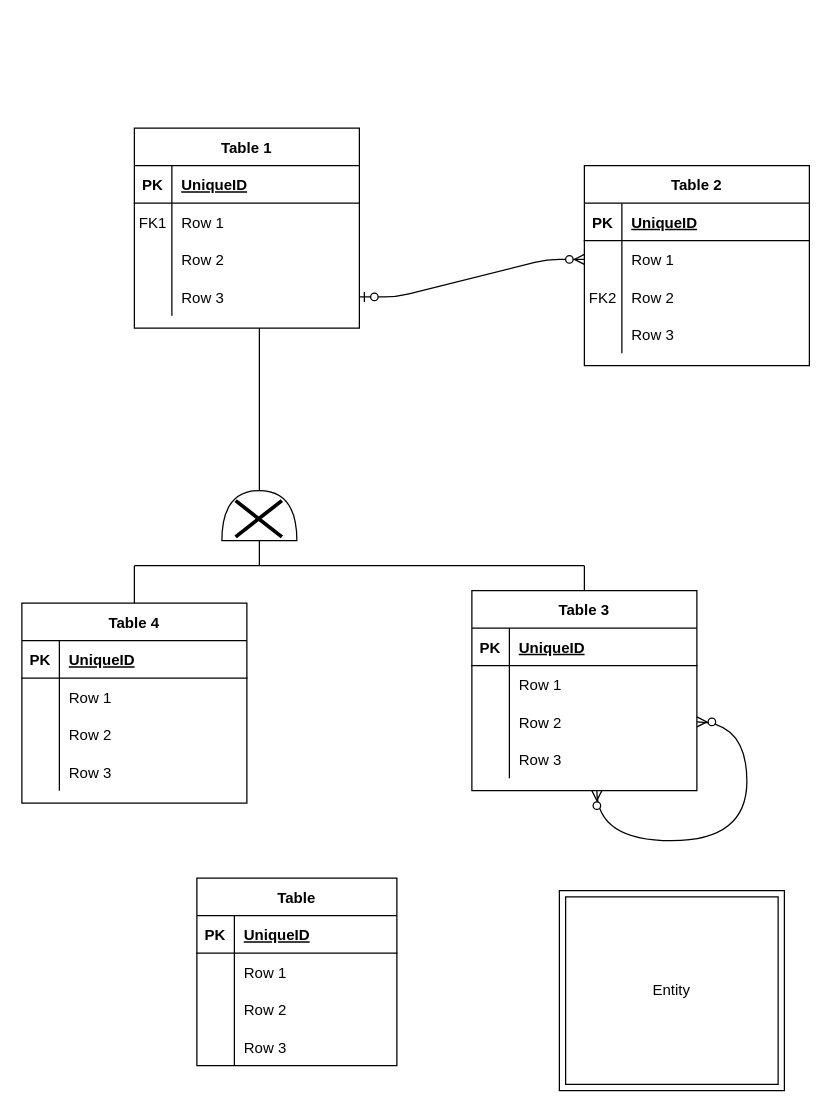
The draw.io diagram EERD_Bsp.drawio in TobiasMusiol/DB2_SoSem21, before the edit. Source tidied: cells renumbered, new cells numbered last; positions are measured from the earlier drawing's top-left corner, leaving out a move shared by most shapes. Both pictures are drawn from the tidied source at 125%, with x=0, y=0 at pixel (21, 128).
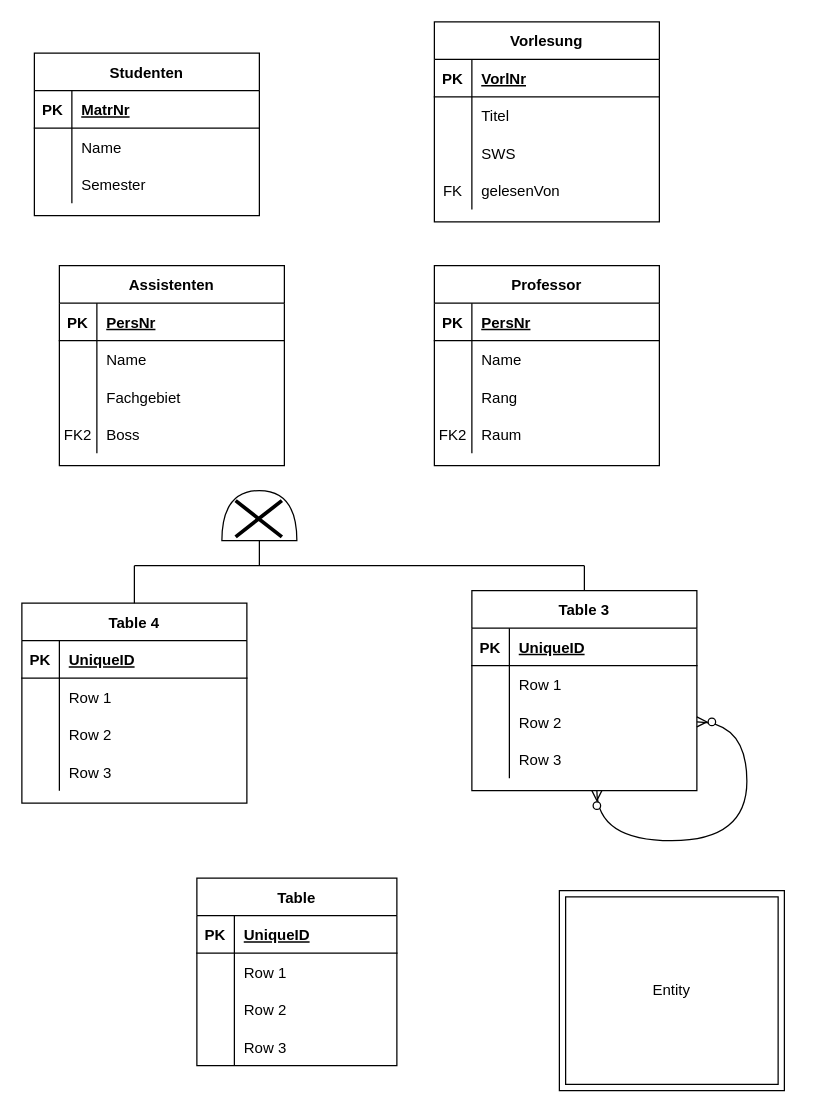
After the change.

Unchanged cells that the change refers to:
```xml
<mxCell id="4" style="shape=partialRectangle;fillColor=none;top=0;left=0;bottom=1;right=0;" parent="3" vertex="1">
  <mxGeometry y="30" width="180" height="30" as="geometry" />
</mxCell>
<mxCell id="7" style="shape=partialRectangle;fillColor=none;top=0;left=0;bottom=0;right=0;" parent="3" vertex="1">
  <mxGeometry y="60" width="180" height="30" as="geometry" />
</mxCell>
<mxCell id="10" style="shape=partialRectangle;fillColor=none;top=0;left=0;bottom=0;right=0;" parent="3" vertex="1">
  <mxGeometry y="90" width="180" height="30" as="geometry" />
</mxCell>
<mxCell id="17" style="shape=partialRectangle;fillColor=none;top=0;left=0;bottom=1;right=0;" parent="16" vertex="1">
  <mxGeometry y="30" width="180" height="30" as="geometry" />
</mxCell>
<mxCell id="20" style="shape=partialRectangle;fillColor=none;top=0;left=0;bottom=0;right=0;points=[[0,0.5],[1,0.5]];portConstraint=eastwest;" parent="16" vertex="1">
  <mxGeometry y="60" width="180" height="30" as="geometry" />
</mxCell>
<mxCell id="23" style="shape=partialRectangle;fillColor=none;top=0;left=0;bottom=0;right=0;" parent="16" vertex="1">
  <mxGeometry y="90" width="180" height="30" as="geometry" />
</mxCell>
<mxCell id="26" style="shape=partialRectangle;fillColor=none;top=0;left=0;bottom=0;right=0;" parent="16" vertex="1">
  <mxGeometry y="120" width="180" height="30" as="geometry" />
</mxCell>
<mxCell id="30" style="shape=or;whiteSpace=wrap;html=1;rotation=-90;" parent="1" vertex="1">
  <mxGeometry x="170" y="280" width="40" height="60" as="geometry" />
</mxCell>
```

The edit, as a diff of the source:
```diff
@@
-    <mxCell id="3" value="Table 1" style="shape=table;startSize=30;childLayout=tableLayout;rowLines=0;fontStyle=1;align=center;" parent="1" vertex="1">
-      <mxGeometry x="90" width="180" height="160" as="geometry" />
+    <mxCell id="3" value="Studenten" style="shape=table;startSize=30;childLayout=tableLayout;rowLines=0;fontStyle=1;align=center;" parent="1" vertex="1">
+      <mxGeometry x="10" y="-60" width="180" height="130" as="geometry" />
     </mxCell>
@@
-    <mxCell id="6" value="UniqueID" style="shape=partialRectangle;fillColor=none;top=0;left=0;bottom=0;right=0;align=left;spacingLeft=6;fontStyle=5;overflow=hidden;" parent="4" vertex="1">
+    <mxCell id="6" value="MatrNr" style="shape=partialRectangle;fillColor=none;top=0;left=0;bottom=0;right=0;align=left;spacingLeft=6;fontStyle=5;overflow=hidden;" parent="4" vertex="1">
       <mxGeometry x="30" width="150" height="30" as="geometry" />
     </mxCell>
@@
-    <mxCell id="8" value="FK1" style="shape=partialRectangle;fillColor=none;top=0;left=0;bottom=0;right=0;overflow=hidden;" parent="7" vertex="1">
+    <mxCell id="8" style="shape=partialRectangle;fillColor=none;top=0;left=0;bottom=0;right=0;overflow=hidden;" parent="7" vertex="1">
       <mxGeometry width="30" height="30" as="geometry" />
     </mxCell>
-    <mxCell id="9" value="Row 1" style="shape=partialRectangle;fillColor=none;top=0;left=0;bottom=0;right=0;align=left;spacingLeft=6;overflow=hidden;" parent="7" vertex="1">
+    <mxCell id="9" value="Name" style="shape=partialRectangle;fillColor=none;top=0;left=0;bottom=0;right=0;align=left;spacingLeft=6;overflow=hidden;" parent="7" vertex="1">
       <mxGeometry x="30" width="150" height="30" as="geometry" />
     </mxCell>
@@
-    <mxCell id="12" value="Row 2" style="shape=partialRectangle;fillColor=none;top=0;left=0;bottom=0;right=0;align=left;spacingLeft=6;overflow=hidden;" parent="10" vertex="1">
+    <mxCell id="12" value="Semester" style="shape=partialRectangle;fillColor=none;top=0;left=0;bottom=0;right=0;align=left;spacingLeft=6;overflow=hidden;" parent="10" vertex="1">
       <mxGeometry x="30" width="150" height="30" as="geometry" />
     </mxCell>
-    <mxCell id="13" style="shape=partialRectangle;fillColor=none;top=0;left=0;bottom=0;right=0;points=[[0,0.5],[1,0.5]];portConstraint=eastwest;" parent="3" vertex="1">
-      <mxGeometry y="120" width="180" height="30" as="geometry" />
-    </mxCell>
-    <mxCell id="14" style="shape=partialRectangle;fillColor=none;top=0;left=0;bottom=0;right=0;overflow=hidden;" parent="13" vertex="1">
-      <mxGeometry width="30" height="30" as="geometry" />
-    </mxCell>
-    <mxCell id="15" value="Row 3" style="shape=partialRectangle;fillColor=none;top=0;left=0;bottom=0;right=0;align=left;spacingLeft=6;overflow=hidden;" parent="13" vertex="1">
-      <mxGeometry x="30" width="150" height="30" as="geometry" />
-    </mxCell>
-    <mxCell id="16" value="Table 2" style="shape=table;startSize=30;childLayout=tableLayout;rowLines=0;fontStyle=1;align=center;" parent="1" vertex="1">
-      <mxGeometry x="450" y="30" width="180" height="160" as="geometry" />
+    <mxCell id="16" value="Vorlesung" style="shape=table;startSize=30;childLayout=tableLayout;rowLines=0;fontStyle=1;align=center;" parent="1" vertex="1">
+      <mxGeometry x="330" y="-85" width="180" height="160" as="geometry" />
     </mxCell>
@@
-    <mxCell id="19" value="UniqueID" style="shape=partialRectangle;fillColor=none;top=0;left=0;bottom=0;right=0;align=left;spacingLeft=6;fontStyle=5;overflow=hidden;" parent="17" vertex="1">
+    <mxCell id="19" value="VorlNr" style="shape=partialRectangle;fillColor=none;top=0;left=0;bottom=0;right=0;align=left;spacingLeft=6;fontStyle=5;overflow=hidden;" parent="17" vertex="1">
       <mxGeometry x="30" width="150" height="30" as="geometry" />
     </mxCell>
@@
-    <mxCell id="22" value="Row 1" style="shape=partialRectangle;fillColor=none;top=0;left=0;bottom=0;right=0;align=left;spacingLeft=6;overflow=hidden;" parent="20" vertex="1">
+    <mxCell id="22" value="Titel" style="shape=partialRectangle;fillColor=none;top=0;left=0;bottom=0;right=0;align=left;spacingLeft=6;overflow=hidden;" parent="20" vertex="1">
       <mxGeometry x="30" width="150" height="30" as="geometry" />
     </mxCell>
@@
-    <mxCell id="24" value="FK2" style="shape=partialRectangle;fillColor=none;top=0;left=0;bottom=0;right=0;overflow=hidden;" parent="23" vertex="1">
+    <mxCell id="24" style="shape=partialRectangle;fillColor=none;top=0;left=0;bottom=0;right=0;overflow=hidden;" parent="23" vertex="1">
       <mxGeometry width="30" height="30" as="geometry" />
     </mxCell>
-    <mxCell id="25" value="Row 2" style="shape=partialRectangle;fillColor=none;top=0;left=0;bottom=0;right=0;align=left;spacingLeft=6;overflow=hidden;" parent="23" vertex="1">
+    <mxCell id="25" value="SWS" style="shape=partialRectangle;fillColor=none;top=0;left=0;bottom=0;right=0;align=left;spacingLeft=6;overflow=hidden;" parent="23" vertex="1">
       <mxGeometry x="30" width="150" height="30" as="geometry" />
     </mxCell>
@@
-    <mxCell id="27" style="shape=partialRectangle;fillColor=none;top=0;left=0;bottom=0;right=0;overflow=hidden;" parent="26" vertex="1">
+    <mxCell id="27" value="FK" style="shape=partialRectangle;fillColor=none;top=0;left=0;bottom=0;right=0;overflow=hidden;" parent="26" vertex="1">
       <mxGeometry width="30" height="30" as="geometry" />
     </mxCell>
-    <mxCell id="28" value="Row 3" style="shape=partialRectangle;fillColor=none;top=0;left=0;bottom=0;right=0;align=left;spacingLeft=6;overflow=hidden;" parent="26" vertex="1">
+    <mxCell id="28" value="gelesenVon" style="shape=partialRectangle;fillColor=none;top=0;left=0;bottom=0;right=0;align=left;spacingLeft=6;overflow=hidden;" parent="26" vertex="1">
       <mxGeometry x="30" width="150" height="30" as="geometry" />
     </mxCell>
-    <mxCell id="29" style="edgeStyle=entityRelationEdgeStyle;fontSize=12;html=1;endArrow=ERzeroToMany;startArrow=ERzeroToOne;exitX=1;exitY=0.5;exitDx=0;exitDy=0;entryX=0;entryY=0.5;entryDx=0;entryDy=0;" parent="1" edge="1" source="13" target="20">
-      <mxGeometry relative="1" as="geometry" />
-    </mxCell>
@@
-    <mxCell id="46" style="endArrow=none;html=1;rounded=0;entryX=1;entryY=0.5;entryDx=0;entryDy=0;entryPerimeter=0;" parent="1" edge="1" target="30">
-      <mxGeometry relative="1" as="geometry">
-        <mxPoint x="190" y="160" as="sourcePoint" />
-      </mxGeometry>
-    </mxCell>
@@
+    <mxCell id="77" value="Assistenten" style="shape=table;startSize=30;childLayout=tableLayout;rowLines=0;fontStyle=1;align=center;" parent="1" vertex="1">
+      <mxGeometry x="30" y="110" width="180" height="160" as="geometry" />
+    </mxCell>
+    <mxCell id="78" style="shape=partialRectangle;fillColor=none;top=0;left=0;bottom=1;right=0;" parent="77" vertex="1">
+      <mxGeometry y="30" width="180" height="30" as="geometry" />
+    </mxCell>
+    <mxCell id="79" value="PK" style="shape=partialRectangle;fillColor=none;top=0;left=0;bottom=0;right=0;fontStyle=1;overflow=hidden;" parent="78" vertex="1">
+      <mxGeometry width="30" height="30" as="geometry" />
+    </mxCell>
+    <mxCell id="80" value="PersNr" style="shape=partialRectangle;fillColor=none;top=0;left=0;bottom=0;right=0;align=left;spacingLeft=6;fontStyle=5;overflow=hidden;" parent="78" vertex="1">
+      <mxGeometry x="30" width="150" height="30" as="geometry" />
+    </mxCell>
+    <mxCell id="81" style="shape=partialRectangle;fillColor=none;top=0;left=0;bottom=0;right=0;" parent="77" vertex="1">
+      <mxGeometry y="60" width="180" height="30" as="geometry" />
+    </mxCell>
+    <mxCell id="82" style="shape=partialRectangle;fillColor=none;top=0;left=0;bottom=0;right=0;overflow=hidden;" parent="81" vertex="1">
+      <mxGeometry width="30" height="30" as="geometry" />
+    </mxCell>
+    <mxCell id="83" value="Name" style="shape=partialRectangle;fillColor=none;top=0;left=0;bottom=0;right=0;align=left;spacingLeft=6;overflow=hidden;" parent="81" vertex="1">
+      <mxGeometry x="30" width="150" height="30" as="geometry" />
+    </mxCell>
+    <mxCell id="84" style="shape=partialRectangle;fillColor=none;top=0;left=0;bottom=0;right=0;" parent="77" vertex="1">
+      <mxGeometry y="90" width="180" height="30" as="geometry" />
+    </mxCell>
+    <mxCell id="85" style="shape=partialRectangle;fillColor=none;top=0;left=0;bottom=0;right=0;overflow=hidden;" parent="84" vertex="1">
+      <mxGeometry width="30" height="30" as="geometry" />
+    </mxCell>
+    <mxCell id="86" value="Fachgebiet" style="shape=partialRectangle;fillColor=none;top=0;left=0;bottom=0;right=0;align=left;spacingLeft=6;overflow=hidden;" parent="84" vertex="1">
+      <mxGeometry x="30" width="150" height="30" as="geometry" />
+    </mxCell>
+    <mxCell id="87" style="shape=partialRectangle;fillColor=none;top=0;left=0;bottom=0;right=0;" parent="77" vertex="1">
+      <mxGeometry y="120" width="180" height="30" as="geometry" />
+    </mxCell>
+    <mxCell id="88" value="FK2" style="shape=partialRectangle;fillColor=none;top=0;left=0;bottom=0;right=0;overflow=hidden;" parent="87" vertex="1">
+      <mxGeometry width="30" height="30" as="geometry" />
+    </mxCell>
+    <mxCell id="89" value="Boss" style="shape=partialRectangle;fillColor=none;top=0;left=0;bottom=0;right=0;align=left;spacingLeft=6;overflow=hidden;" parent="87" vertex="1">
+      <mxGeometry x="30" width="150" height="30" as="geometry" />
+    </mxCell>
+    <mxCell id="90" value="Professor" style="shape=table;startSize=30;childLayout=tableLayout;rowLines=0;fontStyle=1;align=center;" parent="1" vertex="1">
+      <mxGeometry x="330" y="110" width="180" height="160" as="geometry" />
+    </mxCell>
+    <mxCell id="91" style="shape=partialRectangle;fillColor=none;top=0;left=0;bottom=1;right=0;" parent="90" vertex="1">
+      <mxGeometry y="30" width="180" height="30" as="geometry" />
+    </mxCell>
+    <mxCell id="92" value="PK" style="shape=partialRectangle;fillColor=none;top=0;left=0;bottom=0;right=0;fontStyle=1;overflow=hidden;" parent="91" vertex="1">
+      <mxGeometry width="30" height="30" as="geometry" />
+    </mxCell>
+    <mxCell id="93" value="PersNr" style="shape=partialRectangle;fillColor=none;top=0;left=0;bottom=0;right=0;align=left;spacingLeft=6;fontStyle=5;overflow=hidden;" parent="91" vertex="1">
+      <mxGeometry x="30" width="150" height="30" as="geometry" />
+    </mxCell>
+    <mxCell id="94" style="shape=partialRectangle;fillColor=none;top=0;left=0;bottom=0;right=0;" parent="90" vertex="1">
+      <mxGeometry y="60" width="180" height="30" as="geometry" />
+    </mxCell>
+    <mxCell id="95" style="shape=partialRectangle;fillColor=none;top=0;left=0;bottom=0;right=0;overflow=hidden;" parent="94" vertex="1">
+      <mxGeometry width="30" height="30" as="geometry" />
+    </mxCell>
+    <mxCell id="96" value="Name" style="shape=partialRectangle;fillColor=none;top=0;left=0;bottom=0;right=0;align=left;spacingLeft=6;overflow=hidden;" parent="94" vertex="1">
+      <mxGeometry x="30" width="150" height="30" as="geometry" />
+    </mxCell>
+    <mxCell id="97" style="shape=partialRectangle;fillColor=none;top=0;left=0;bottom=0;right=0;" parent="90" vertex="1">
+      <mxGeometry y="90" width="180" height="30" as="geometry" />
+    </mxCell>
+    <mxCell id="98" style="shape=partialRectangle;fillColor=none;top=0;left=0;bottom=0;right=0;overflow=hidden;" parent="97" vertex="1">
+      <mxGeometry width="30" height="30" as="geometry" />
+    </mxCell>
+    <mxCell id="99" value="Rang" style="shape=partialRectangle;fillColor=none;top=0;left=0;bottom=0;right=0;align=left;spacingLeft=6;overflow=hidden;" parent="97" vertex="1">
+      <mxGeometry x="30" width="150" height="30" as="geometry" />
+    </mxCell>
+    <mxCell id="100" style="shape=partialRectangle;fillColor=none;top=0;left=0;bottom=0;right=0;" parent="90" vertex="1">
+      <mxGeometry y="120" width="180" height="30" as="geometry" />
+    </mxCell>
+    <mxCell id="101" value="FK2" style="shape=partialRectangle;fillColor=none;top=0;left=0;bottom=0;right=0;overflow=hidden;" parent="100" vertex="1">
+      <mxGeometry width="30" height="30" as="geometry" />
+    </mxCell>
+    <mxCell id="102" value="Raum" style="shape=partialRectangle;fillColor=none;top=0;left=0;bottom=0;right=0;align=left;spacingLeft=6;overflow=hidden;" parent="100" vertex="1">
+      <mxGeometry x="30" width="150" height="30" as="geometry" />
+    </mxCell>
```
